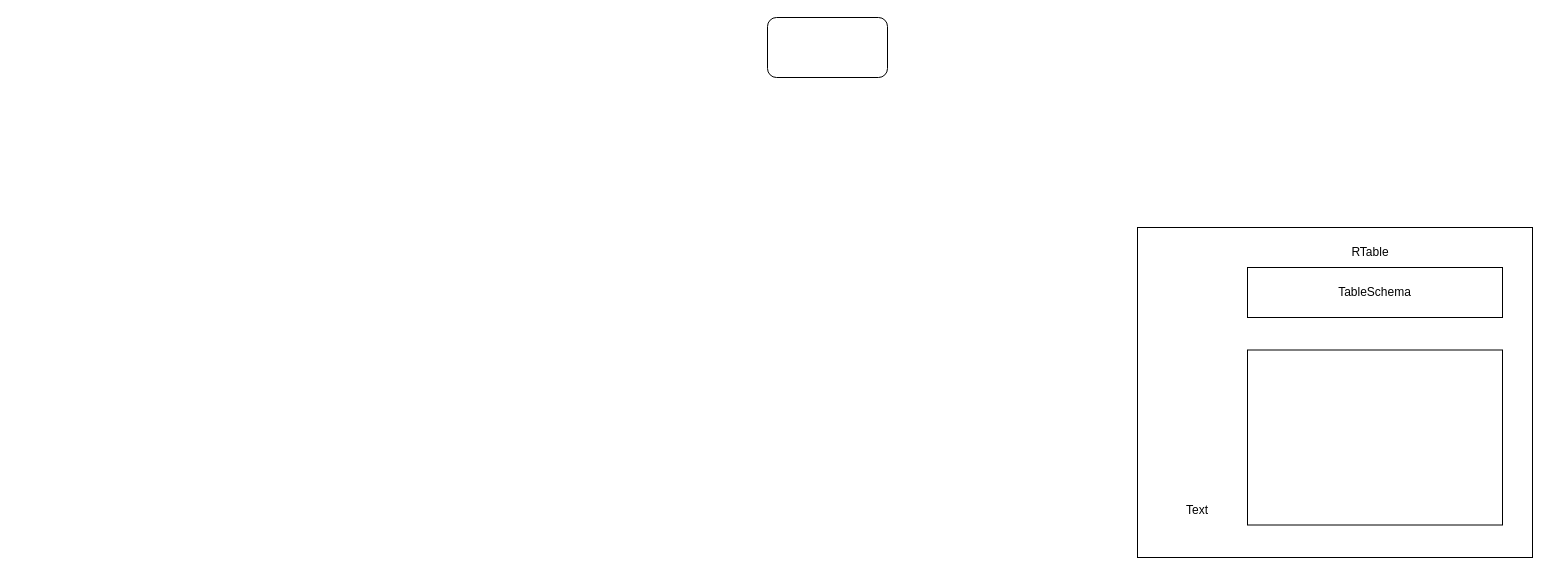
Before: 索引设计.drawio in RYZCN/misc, a draw.io diagram. Source tidied: cells renumbered, new cells numbered last; positions are measured from the earlier drawing's top-left corner, leaving out a move shared by most shapes. Both pictures are drawn from the tidied source at 100%, with x=0, y=0 at pixel (767, 17).
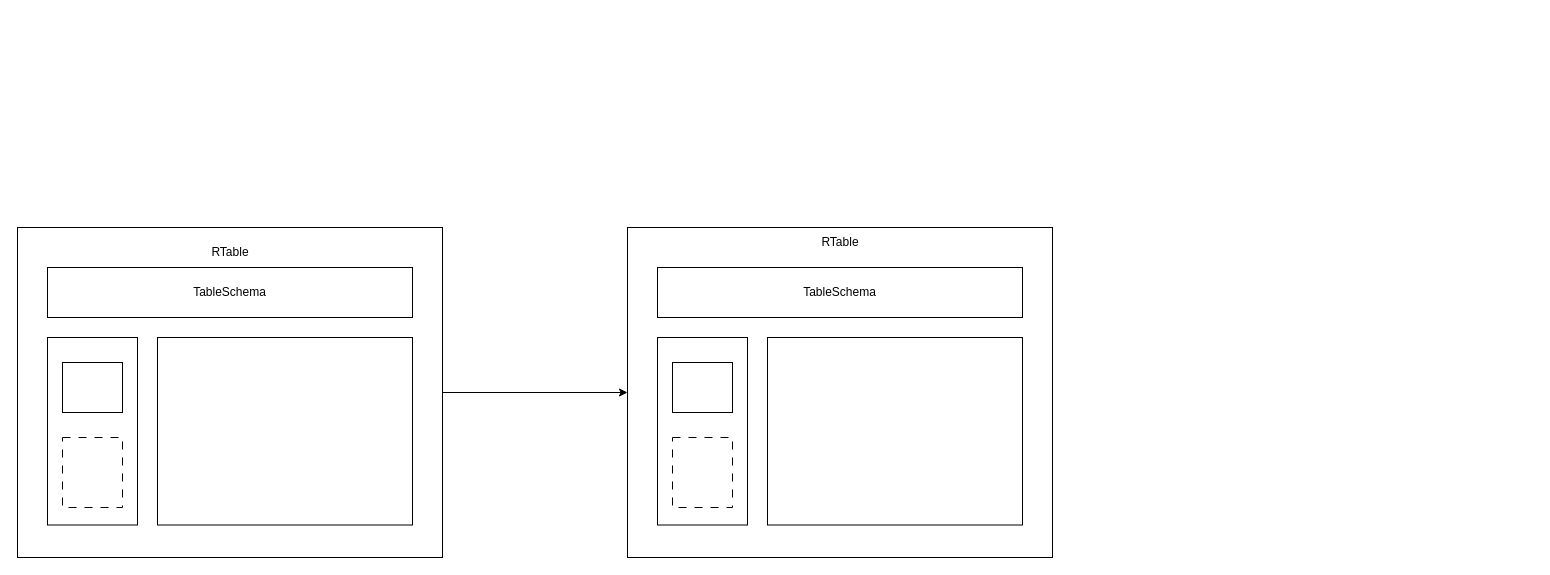
The same diagram, later.

Commit message (it also covers changes not shown here):
更新索引设计.drawio

Diff of the diagram source:
```diff
@@
 <mxGraphModel>
   <root>
     <mxCell id="0" />
     <mxCell id="1" parent="0" />
-    <mxCell id="2" style="rounded=0;whiteSpace=wrap;html=1;" parent="1" vertex="1">
-      <mxGeometry x="370" y="210" width="395" height="330" as="geometry" />
-    </mxCell>
-    <mxCell id="3" value="RTable" style="text;html=1;align=center;verticalAlign=middle;whiteSpace=wrap;rounded=0;" parent="1" vertex="1">
-      <mxGeometry x="572.5" y="220" width="60" height="30" as="geometry" />
-    </mxCell>
-    <mxCell id="4" value="TableSchema" style="rounded=0;whiteSpace=wrap;html=1;" parent="1" vertex="1">
-      <mxGeometry x="480" y="250" width="255" height="50" as="geometry" />
-    </mxCell>
-    <mxCell id="5" style="rounded=0;whiteSpace=wrap;html=1;" parent="1" vertex="1">
-      <mxGeometry x="480" y="332.5" width="255" height="175" as="geometry" />
-    </mxCell>
-    <mxCell id="6" style="rounded=1;whiteSpace=wrap;html=1;" parent="1" vertex="1">
-      <mxGeometry width="120" height="60" as="geometry" />
-    </mxCell>
-    <mxCell id="7" value="Text" style="text;html=1;align=center;verticalAlign=middle;whiteSpace=wrap;rounded=0;" parent="1" vertex="1">
-      <mxGeometry x="400" y="477.5" width="60" height="30" as="geometry" />
-    </mxCell>
+    <mxCell id="8" style="rounded=0;whiteSpace=wrap;html=1;" parent="1" vertex="1">
+      <mxGeometry x="-140" y="210" width="425" height="330" as="geometry" />
+    </mxCell>
+    <mxCell id="9" value="RTable" style="text;html=1;align=center;verticalAlign=middle;whiteSpace=wrap;rounded=0;" parent="1" vertex="1">
+      <mxGeometry x="42.5" y="210" width="60" height="30" as="geometry" />
+    </mxCell>
+    <mxCell id="10" value="TableSchema" style="rounded=0;whiteSpace=wrap;html=1;" parent="1" vertex="1">
+      <mxGeometry x="-110" y="250" width="365" height="50" as="geometry" />
+    </mxCell>
+    <mxCell id="11" style="rounded=0;whiteSpace=wrap;html=1;" parent="1" vertex="1">
+      <mxGeometry y="320" width="255" height="187.5" as="geometry" />
+    </mxCell>
+    <mxCell id="12" style="rounded=0;whiteSpace=wrap;html=1;" parent="1" vertex="1">
+      <mxGeometry x="-110" y="320" width="90" height="187.5" as="geometry" />
+    </mxCell>
+    <mxCell id="13" style="rounded=0;whiteSpace=wrap;html=1;" parent="1" vertex="1">
+      <mxGeometry x="-95" y="345" width="60" height="50" as="geometry" />
+    </mxCell>
+    <mxCell id="14" style="rounded=0;whiteSpace=wrap;html=1;dashed=1;dashPattern=8 8;" parent="1" vertex="1">
+      <mxGeometry x="-95" y="420" width="60" height="70" as="geometry" />
+    </mxCell>
+    <mxCell id="15" style="edgeStyle=orthogonalEdgeStyle;rounded=0;jettySize=auto;html=1;entryX=0;entryY=0.5;entryDx=0;entryDy=0;" parent="1" edge="1" source="16" target="8">
+      <mxGeometry relative="1" as="geometry" />
+    </mxCell>
+    <mxCell id="16" style="rounded=0;whiteSpace=wrap;html=1;" parent="1" vertex="1">
+      <mxGeometry x="-750" y="210" width="425" height="330" as="geometry" />
+    </mxCell>
+    <mxCell id="17" value="RTable" style="text;html=1;align=center;verticalAlign=middle;whiteSpace=wrap;rounded=0;" parent="1" vertex="1">
+      <mxGeometry x="-567.5" y="220" width="60" height="30" as="geometry" />
+    </mxCell>
+    <mxCell id="18" value="TableSchema" style="rounded=0;whiteSpace=wrap;html=1;" parent="1" vertex="1">
+      <mxGeometry x="-720" y="250" width="365" height="50" as="geometry" />
+    </mxCell>
+    <mxCell id="19" style="rounded=0;whiteSpace=wrap;html=1;" parent="1" vertex="1">
+      <mxGeometry x="-610" y="320" width="255" height="187.5" as="geometry" />
+    </mxCell>
+    <mxCell id="20" style="rounded=0;whiteSpace=wrap;html=1;" parent="1" vertex="1">
+      <mxGeometry x="-720" y="320" width="90" height="187.5" as="geometry" />
+    </mxCell>
+    <mxCell id="21" style="rounded=0;whiteSpace=wrap;html=1;" parent="1" vertex="1">
+      <mxGeometry x="-705" y="345" width="60" height="50" as="geometry" />
+    </mxCell>
+    <mxCell id="22" style="rounded=0;whiteSpace=wrap;html=1;dashed=1;dashPattern=8 8;" parent="1" vertex="1">
+      <mxGeometry x="-705" y="420" width="60" height="70" as="geometry" />
+    </mxCell>
   </root>
 </mxGraphModel>
```
